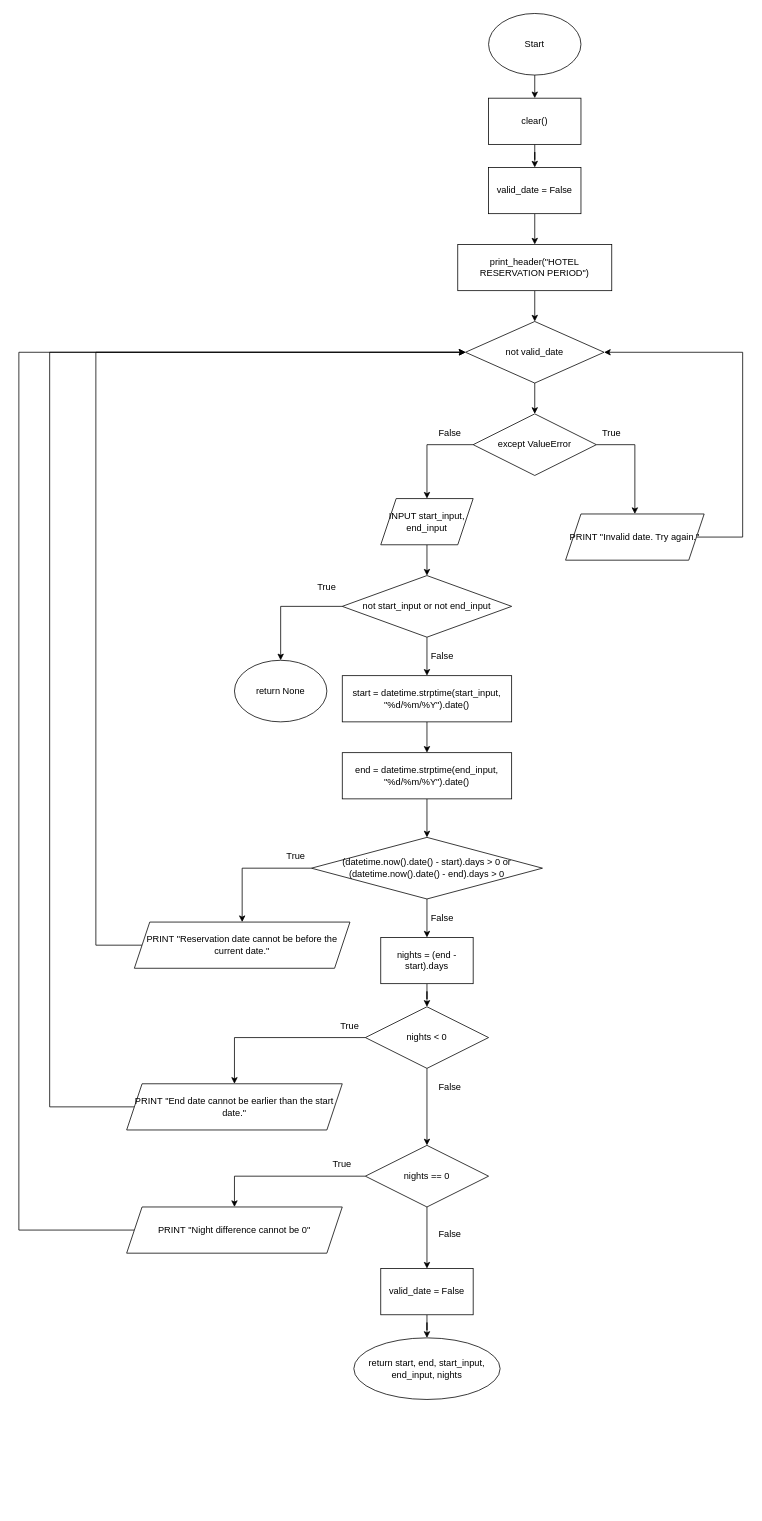
This is page "select_dates()" (4 of 5) of flowcharts/hotel.drawio from zyyappp/travel-reservation-system, a draw.io file, before an edit. Source tidied: cells renumbered, new cells numbered last; positions are measured from the earlier drawing's top-left corner, leaving out a move shared by most shapes. Both pictures are drawn from the tidied source at 77%, with x=0, y=0 at pixel (18, 13).
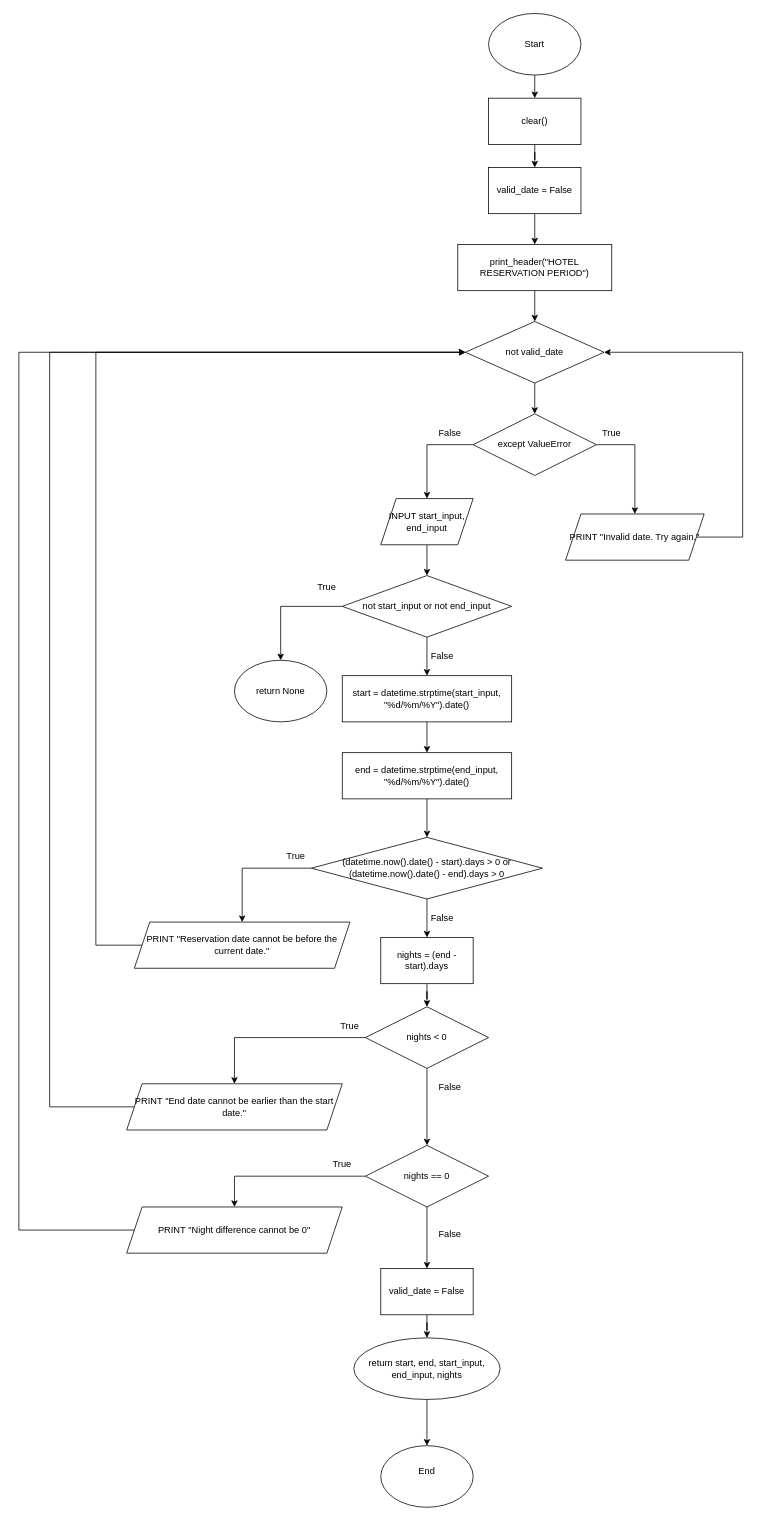
After the change.

The change refers to these unchanged cells:
```xml
<mxCell id="56" value="return start, end, start_input, end_input, nights" style="ellipse;whiteSpace=wrap;html=1;shapeInside=1;" parent="1" vertex="1">
  <mxGeometry x="435" y="1720" width="190" height="80" as="geometry" />
</mxCell>
```

Diff of the diagram source:
```diff
@@
+    <mxCell id="57" style="edgeStyle=orthogonalEdgeStyle;rounded=0;jettySize=auto;html=1;entryX=0.5;entryY=0;entryDx=0;entryDy=0;" parent="1" edge="1" source="56" target="58">
+      <mxGeometry relative="1" as="geometry" />
+    </mxCell>
@@
+    <mxCell id="58" value="End&lt;br&gt;&lt;div&gt;&lt;br/&gt;&lt;/div&gt;" style="ellipse;whiteSpace=wrap;html=1;shapeInside=1;" parent="1" vertex="1">
+      <mxGeometry x="470" y="1860" width="120" height="80" as="geometry" />
+    </mxCell>
```
